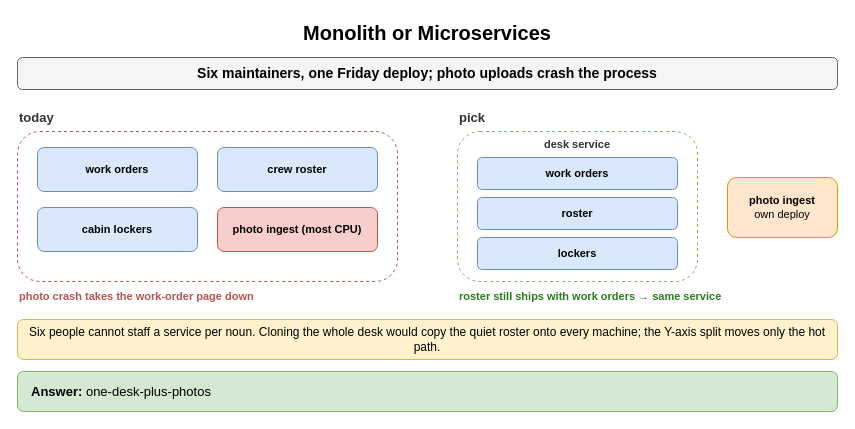
amendez13/swe-study-guide keeps this draw.io diagram as page "Monolith or Microservices" (1 of 8) of content/09_System_Design_Interview/12_Microservices_and_System_Decomposition/diagrams/microservices-drills.drawio. Above is the earlier version. Source tidied: cells renumbered, new cells numbered last; positions are measured from the earlier drawing's top-left corner, leaving out a move shared by most shapes. Both pictures are drawn from the tidied source at 100%, with x=0, y=0 at pixel (17, 17).
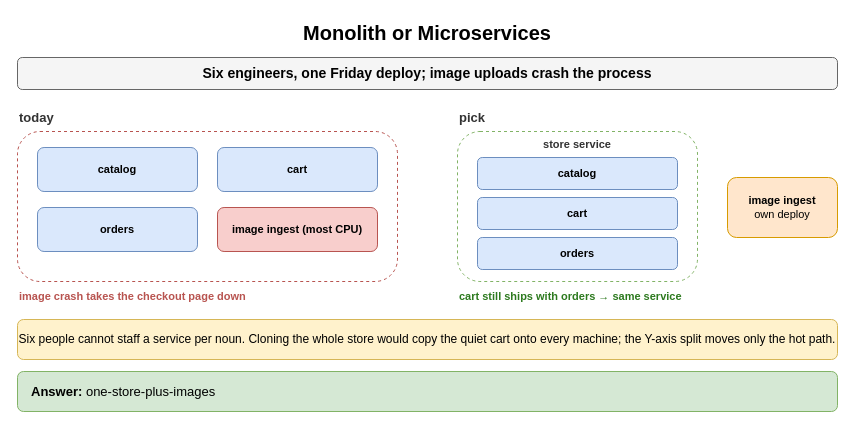
Above is the later version.

The edit, as a diff of the source:
```diff
@@
-    <mxCell id="3" value="Six maintainers, one Friday deploy; photo uploads crash the process" style="rounded=1;whiteSpace=wrap;html=1;fillColor=#f5f5f5;strokeColor=#666666;fontStyle=1;fontSize=14;" parent="1" vertex="1">
+    <mxCell id="3" value="Six engineers, one Friday deploy; image uploads crash the process" style="rounded=1;whiteSpace=wrap;html=1;fillColor=#f5f5f5;strokeColor=#666666;fontStyle=1;fontSize=14;" parent="1" vertex="1">
       <mxGeometry y="40" width="820" height="32" as="geometry" />
     </mxCell>
@@
-    <mxCell id="6" value="work orders" style="rounded=1;whiteSpace=wrap;html=1;fillColor=#dae8fc;strokeColor=#6c8ebf;fontSize=11;align=center;fontStyle=1;" parent="1" vertex="1">
+    <mxCell id="6" value="catalog" style="rounded=1;whiteSpace=wrap;html=1;fillColor=#dae8fc;strokeColor=#6c8ebf;fontSize=11;align=center;fontStyle=1;" parent="1" vertex="1">
       <mxGeometry x="20" y="130" width="160" height="44" as="geometry" />
     </mxCell>
-    <mxCell id="7" value="crew roster" style="rounded=1;whiteSpace=wrap;html=1;fillColor=#dae8fc;strokeColor=#6c8ebf;fontSize=11;align=center;fontStyle=1;" parent="1" vertex="1">
+    <mxCell id="7" value="cart" style="rounded=1;whiteSpace=wrap;html=1;fillColor=#dae8fc;strokeColor=#6c8ebf;fontSize=11;align=center;fontStyle=1;" parent="1" vertex="1">
       <mxGeometry x="200" y="130" width="160" height="44" as="geometry" />
     </mxCell>
-    <mxCell id="8" value="cabin lockers" style="rounded=1;whiteSpace=wrap;html=1;fillColor=#dae8fc;strokeColor=#6c8ebf;fontSize=11;align=center;fontStyle=1;" parent="1" vertex="1">
+    <mxCell id="8" value="orders" style="rounded=1;whiteSpace=wrap;html=1;fillColor=#dae8fc;strokeColor=#6c8ebf;fontSize=11;align=center;fontStyle=1;" parent="1" vertex="1">
       <mxGeometry x="20" y="190" width="160" height="44" as="geometry" />
     </mxCell>
-    <mxCell id="9" value="photo ingest (most CPU)" style="rounded=1;whiteSpace=wrap;html=1;fillColor=#f8cecc;strokeColor=#b85450;fontSize=11;align=center;fontStyle=1;" parent="1" vertex="1">
+    <mxCell id="9" value="image ingest (most CPU)" style="rounded=1;whiteSpace=wrap;html=1;fillColor=#f8cecc;strokeColor=#b85450;fontSize=11;align=center;fontStyle=1;" parent="1" vertex="1">
       <mxGeometry x="200" y="190" width="160" height="44" as="geometry" />
     </mxCell>
-    <mxCell id="10" value="photo crash takes the work-order page down" style="text;html=1;whiteSpace=wrap;fontSize=11;align=left;verticalAlign=middle;fontSize=11;fontColor=#b85450;fontStyle=1;" parent="1" vertex="1">
+    <mxCell id="10" value="image crash takes the checkout page down" style="text;html=1;whiteSpace=wrap;fontSize=11;align=left;verticalAlign=middle;fontSize=11;fontColor=#b85450;fontStyle=1;" parent="1" vertex="1">
       <mxGeometry y="270" width="380" height="18" as="geometry" />
     </mxCell>
@@
-    <mxCell id="13" value="desk service" style="text;html=1;whiteSpace=wrap;fontSize=11;align=center;verticalAlign=middle;fontSize=11;fontColor=#333333;fontStyle=1;" parent="1" vertex="1">
+    <mxCell id="13" value="store service" style="text;html=1;whiteSpace=wrap;fontSize=11;align=center;verticalAlign=middle;fontSize=11;fontColor=#333333;fontStyle=1;" parent="1" vertex="1">
       <mxGeometry x="440" y="118" width="240" height="18" as="geometry" />
     </mxCell>
-    <mxCell id="14" value="work orders" style="rounded=1;whiteSpace=wrap;html=1;fillColor=#dae8fc;strokeColor=#6c8ebf;fontSize=11;align=center;fontStyle=1;" parent="1" vertex="1">
+    <mxCell id="14" value="catalog" style="rounded=1;whiteSpace=wrap;html=1;fillColor=#dae8fc;strokeColor=#6c8ebf;fontSize=11;align=center;fontStyle=1;" parent="1" vertex="1">
       <mxGeometry x="460" y="140" width="200" height="32" as="geometry" />
     </mxCell>
-    <mxCell id="15" value="roster" style="rounded=1;whiteSpace=wrap;html=1;fillColor=#dae8fc;strokeColor=#6c8ebf;fontSize=11;align=center;fontStyle=1;" parent="1" vertex="1">
+    <mxCell id="15" value="cart" style="rounded=1;whiteSpace=wrap;html=1;fillColor=#dae8fc;strokeColor=#6c8ebf;fontSize=11;align=center;fontStyle=1;" parent="1" vertex="1">
       <mxGeometry x="460" y="180" width="200" height="32" as="geometry" />
     </mxCell>
-    <mxCell id="16" value="lockers" style="rounded=1;whiteSpace=wrap;html=1;fillColor=#dae8fc;strokeColor=#6c8ebf;fontSize=11;align=center;fontStyle=1;" parent="1" vertex="1">
+    <mxCell id="16" value="orders" style="rounded=1;whiteSpace=wrap;html=1;fillColor=#dae8fc;strokeColor=#6c8ebf;fontSize=11;align=center;fontStyle=1;" parent="1" vertex="1">
       <mxGeometry x="460" y="220" width="200" height="32" as="geometry" />
     </mxCell>
-    <mxCell id="17" value="photo ingest&lt;br&gt;&lt;span style='font-weight:normal'&gt;own deploy&lt;/span&gt;" style="rounded=1;whiteSpace=wrap;html=1;fillColor=#ffe6cc;strokeColor=#d79b00;fontSize=11;align=center;fontStyle=1;" parent="1" vertex="1">
+    <mxCell id="17" value="image ingest&lt;br&gt;&lt;span style='font-weight:normal'&gt;own deploy&lt;/span&gt;" style="rounded=1;whiteSpace=wrap;html=1;fillColor=#ffe6cc;strokeColor=#d79b00;fontSize=11;align=center;fontStyle=1;" parent="1" vertex="1">
       <mxGeometry x="710" y="160" width="110" height="60" as="geometry" />
     </mxCell>
-    <mxCell id="18" value="roster still ships with work orders → same service" style="text;html=1;whiteSpace=wrap;fontSize=11;align=left;verticalAlign=middle;fontSize=11;fontColor=#2d7a1f;fontStyle=1;" parent="1" vertex="1">
+    <mxCell id="18" value="cart still ships with orders → same service" style="text;html=1;whiteSpace=wrap;fontSize=11;align=left;verticalAlign=middle;fontSize=11;fontColor=#2d7a1f;fontStyle=1;" parent="1" vertex="1">
       <mxGeometry x="440" y="270" width="380" height="18" as="geometry" />
     </mxCell>
-    <mxCell id="19" value="Six people cannot staff a service per noun. Cloning the whole desk would copy the quiet roster onto every machine; the Y-axis split moves only the hot path." style="rounded=1;whiteSpace=wrap;html=1;fillColor=#fff2cc;strokeColor=#d6b656;fontSize=12;align=center;" parent="1" vertex="1">
+    <mxCell id="19" value="Six people cannot staff a service per noun. Cloning the whole store would copy the quiet cart onto every machine; the Y-axis split moves only the hot path." style="rounded=1;whiteSpace=wrap;html=1;fillColor=#fff2cc;strokeColor=#d6b656;fontSize=12;align=center;" parent="1" vertex="1">
       <mxGeometry y="302" width="820" height="40" as="geometry" />
     </mxCell>
-    <mxCell id="20" value="&lt;b&gt;Answer:&lt;/b&gt; one-desk-plus-photos" style="rounded=1;whiteSpace=wrap;html=1;fillColor=#d5e8d4;strokeColor=#82b366;fontSize=13;align=left;spacingLeft=12;" parent="1" vertex="1">
+    <mxCell id="20" value="&lt;b&gt;Answer:&lt;/b&gt; one-store-plus-images" style="rounded=1;whiteSpace=wrap;html=1;fillColor=#d5e8d4;strokeColor=#82b366;fontSize=13;align=left;spacingLeft=12;" parent="1" vertex="1">
       <mxGeometry y="354" width="820" height="40" as="geometry" />
     </mxCell>
```
